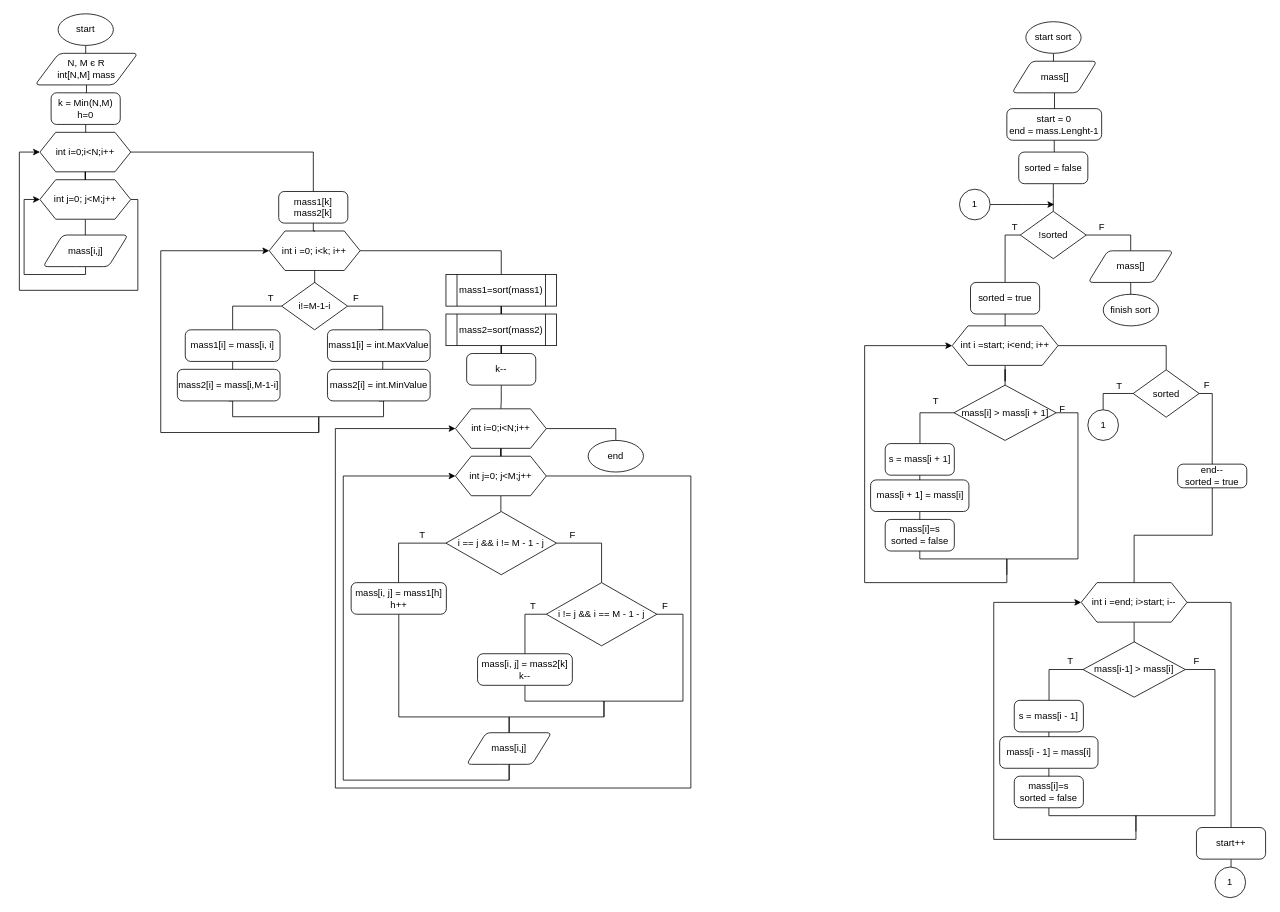
Above: Lab3/Блок-Схема.drawio in allmallino/ads-zavarzin-kp12 (draw.io), before the change. Source tidied: cells renumbered, new cells numbered last; positions are measured from the earlier drawing's top-left corner, leaving out a move shared by most shapes. Both pictures are drawn from the tidied source at 79%, with x=0, y=0 at pixel (19, 13).
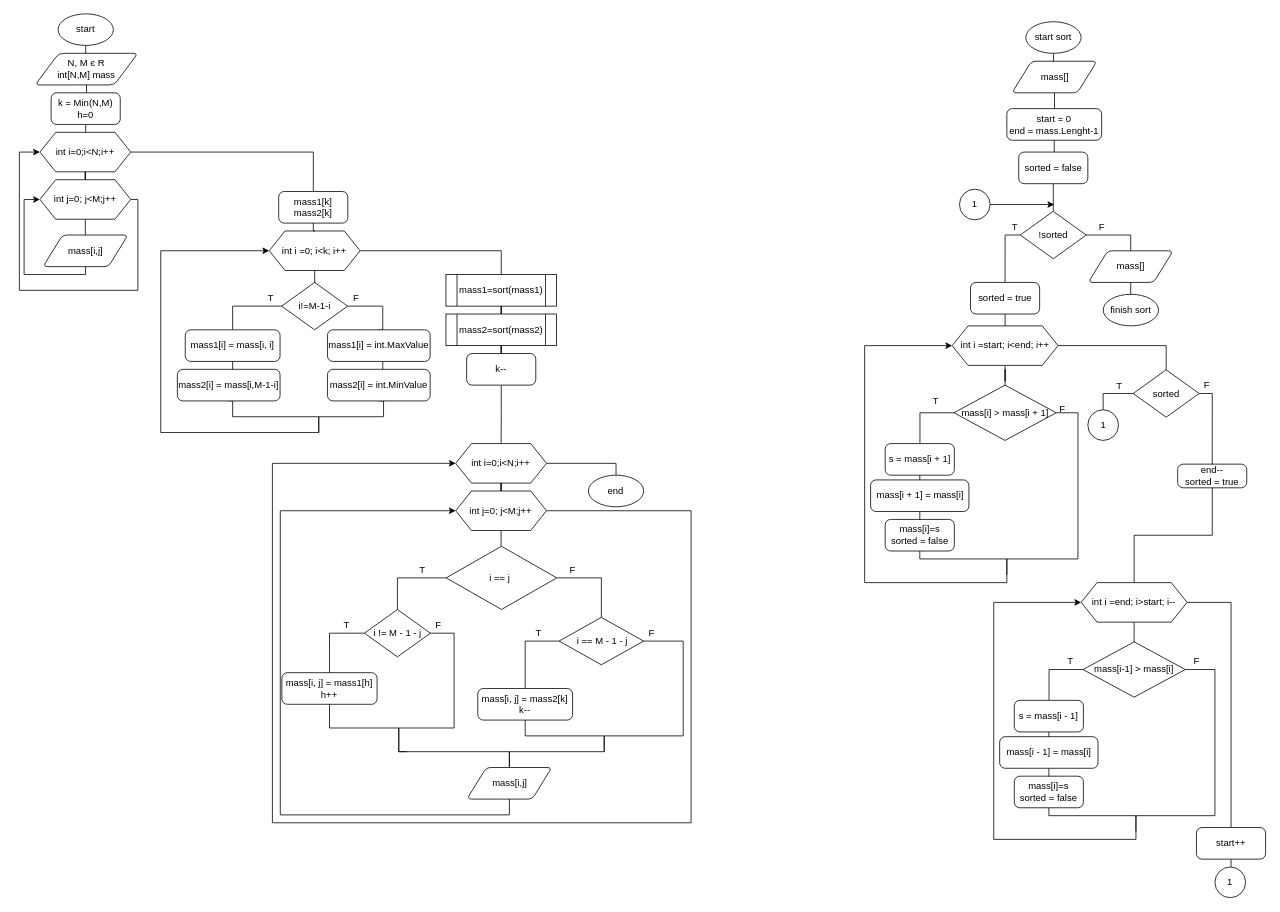
Above is the later version.

Commit message:
Лабораторна робота №3 остаточно завершена

Були змінені деякі помилки в блок-схемі

Diff of the diagram source:
```diff
@@
     <mxCell id="39" style="edgeStyle=orthogonalEdgeStyle;rounded=0;jettySize=auto;html=1;entryX=0.5;entryY=0;entryDx=0;entryDy=0;entryPerimeter=0;endArrow=none;endFill=0;" parent="1" edge="1" source="40" target="60">
       <mxGeometry relative="1" as="geometry">
         <Array as="points">
-          <mxPoint x="755" y="525" />
+          <mxPoint x="755.3" y="569" />
         </Array>
       </mxGeometry>
     </mxCell>
     <mxCell id="40" value="int i=0;i&amp;lt;N;i++" style="shape=hexagon;perimeter=hexagonPerimeter2;whiteSpace=wrap;html=1;fixedSize=1;strokeWidth=1;" parent="1" vertex="1">
-      <mxGeometry x="552" y="500" width="115" height="50" as="geometry" />
+      <mxGeometry x="552.3" y="544" width="115" height="50" as="geometry" />
     </mxCell>
@@
     <mxCell id="42" style="edgeStyle=orthogonalEdgeStyle;rounded=0;jettySize=auto;html=1;entryX=0;entryY=0.5;entryDx=0;entryDy=0;endArrow=classic;endFill=1;" parent="1" edge="1" source="43" target="40">
       <mxGeometry relative="1" as="geometry">
         <Array as="points">
-          <mxPoint x="850" y="585" />
-          <mxPoint x="850" y="980" />
-          <mxPoint x="400" y="980" />
-          <mxPoint x="400" y="525" />
+          <mxPoint x="850.3" y="629" />
+          <mxPoint x="850.3" y="1024" />
+          <mxPoint x="320.3" y="1024" />
+          <mxPoint x="320.3" y="569" />
         </Array>
       </mxGeometry>
     </mxCell>
     <mxCell id="43" value="int j=0; j&amp;lt;M;j++" style="shape=hexagon;perimeter=hexagonPerimeter2;whiteSpace=wrap;html=1;fixedSize=1;strokeWidth=1;" parent="1" vertex="1">
-      <mxGeometry x="552" y="560" width="115" height="50" as="geometry" />
+      <mxGeometry x="552.3" y="604" width="115" height="50" as="geometry" />
     </mxCell>
     <mxCell id="44" style="edgeStyle=orthogonalEdgeStyle;rounded=0;jettySize=auto;html=1;endArrow=none;endFill=0;entryX=0.5;entryY=0;entryDx=0;entryDy=0;entryPerimeter=0;" parent="1" edge="1" source="46" target="49">
       <mxGeometry relative="1" as="geometry">
         <Array as="points">
-          <mxPoint x="737" y="670" />
+          <mxPoint x="737.3" y="714" />
         </Array>
       </mxGeometry>
     </mxCell>
-    <mxCell id="45" style="edgeStyle=orthogonalEdgeStyle;rounded=0;jettySize=auto;html=1;endArrow=none;endFill=0;" parent="1" edge="1" source="46" target="51">
+    <mxCell id="45" style="edgeStyle=orthogonalEdgeStyle;rounded=0;jettySize=auto;html=1;endArrow=none;endFill=0;entryX=0.5;entryY=0;entryDx=0;entryDy=0;entryPerimeter=0;" parent="1" edge="1" source="46" target="124">
       <mxGeometry relative="1" as="geometry">
         <Array as="points">
-          <mxPoint x="480" y="670" />
+          <mxPoint x="478.3" y="714" />
         </Array>
       </mxGeometry>
     </mxCell>
-    <mxCell id="46" value="i == j &amp;amp;&amp;amp; i != M - 1 - j" style="strokeWidth=1;html=1;shape=mxgraph.flowchart.decision;whiteSpace=wrap;" parent="1" vertex="1">
-      <mxGeometry x="540" y="630" width="140" height="80" as="geometry" />
+    <mxCell id="46" value="i == j&amp;nbsp;" style="strokeWidth=1;html=1;shape=mxgraph.flowchart.decision;whiteSpace=wrap;" parent="1" vertex="1">
+      <mxGeometry x="540.3" y="674" width="140" height="80" as="geometry" />
     </mxCell>
-    <mxCell id="47" style="edgeStyle=orthogonalEdgeStyle;rounded=0;jettySize=auto;html=1;endArrow=none;endFill=0;" parent="1" edge="1" source="49" target="53">
+    <mxCell id="47" style="edgeStyle=orthogonalEdgeStyle;rounded=0;jettySize=auto;html=1;endArrow=none;endFill=0;exitX=0;exitY=0.5;exitDx=0;exitDy=0;exitPerimeter=0;" parent="1" edge="1" source="49" target="53">
       <mxGeometry relative="1" as="geometry">
         <Array as="points">
-          <mxPoint x="640" y="760" />
+          <mxPoint x="640.3" y="794" />
         </Array>
       </mxGeometry>
     </mxCell>
-    <mxCell id="48" style="edgeStyle=orthogonalEdgeStyle;rounded=0;jettySize=auto;html=1;endArrow=none;endFill=0;" parent="1" edge="1" source="49">
+    <mxCell id="48" style="edgeStyle=orthogonalEdgeStyle;rounded=0;jettySize=auto;html=1;endArrow=none;endFill=0;startArrow=none;exitX=1;exitY=0.5;exitDx=0;exitDy=0;exitPerimeter=0;" parent="1" edge="1" source="49">
       <mxGeometry relative="1" as="geometry">
-        <mxPoint x="740" y="890" as="targetPoint" />
+        <mxPoint x="740.3" y="934" as="targetPoint" />
         <Array as="points">
-          <mxPoint x="840" y="760" />
-          <mxPoint x="840" y="870" />
-          <mxPoint x="740" y="870" />
+          <mxPoint x="840.3" y="794" />
+          <mxPoint x="840.3" y="914" />
+          <mxPoint x="740.3" y="914" />
         </Array>
       </mxGeometry>
     </mxCell>
-    <mxCell id="49" value="i != j &amp;amp;&amp;amp; i == M - 1 - j" style="strokeWidth=1;html=1;shape=mxgraph.flowchart.decision;whiteSpace=wrap;" parent="1" vertex="1">
-      <mxGeometry x="667" y="720" width="140" height="80" as="geometry" />
+    <mxCell id="49" value="&amp;nbsp;i == M - 1 - j" style="strokeWidth=1;html=1;shape=mxgraph.flowchart.decision;whiteSpace=wrap;" parent="1" vertex="1">
+      <mxGeometry x="683.2" y="764" width="107" height="60" as="geometry" />
     </mxCell>
-    <mxCell id="50" style="edgeStyle=orthogonalEdgeStyle;rounded=0;jettySize=auto;html=1;endArrow=none;endFill=0;" parent="1" edge="1" source="51" target="59">
+    <mxCell id="50" style="edgeStyle=orthogonalEdgeStyle;rounded=0;jettySize=auto;html=1;endArrow=none;endFill=0;entryX=0.5;entryY=0;entryDx=0;entryDy=0;" parent="1" edge="1" source="51" target="59">
       <mxGeometry relative="1" as="geometry">
         <Array as="points">
-          <mxPoint x="480" y="890" />
-          <mxPoint x="620" y="890" />
+          <mxPoint x="392.3" y="904" />
+          <mxPoint x="480.3" y="904" />
+          <mxPoint x="480.3" y="934" />
+          <mxPoint x="620.3" y="934" />
         </Array>
       </mxGeometry>
     </mxCell>
     <mxCell id="51" value="mass[i, j] = mass1[h]&lt;br&gt;h++" style="rounded=1;whiteSpace=wrap;html=1;absoluteArcSize=1;arcSize=14;strokeWidth=1;" parent="1" vertex="1">
-      <mxGeometry x="420" y="720" width="120.5" height="40" as="geometry" />
+      <mxGeometry x="332.3" y="834" width="120.5" height="40" as="geometry" />
     </mxCell>
-    <mxCell id="52" style="edgeStyle=orthogonalEdgeStyle;rounded=0;jettySize=auto;html=1;endArrow=none;endFill=0;" parent="1" edge="1" source="53">
+    <mxCell id="52" style="edgeStyle=orthogonalEdgeStyle;rounded=0;jettySize=auto;html=1;endArrow=classic;endFill=1;entryX=0;entryY=0.5;entryDx=0;entryDy=0;" parent="1" edge="1" source="53" target="43">
       <mxGeometry relative="1" as="geometry">
-        <mxPoint x="620" y="970" as="targetPoint" />
         <Array as="points">
-          <mxPoint x="640" y="870" />
-          <mxPoint x="740" y="870" />
-          <mxPoint x="740" y="890" />
-          <mxPoint x="620" y="890" />
+          <mxPoint x="640.3" y="914" />
+          <mxPoint x="740.3" y="914" />
+          <mxPoint x="740.3" y="934" />
+          <mxPoint x="620.3" y="934" />
+          <mxPoint x="620.3" y="1014" />
+          <mxPoint x="330.3" y="1014" />
+          <mxPoint x="330.3" y="629" />
         </Array>
       </mxGeometry>
     </mxCell>
     <mxCell id="53" value="mass[i, j] = mass2[k]&lt;br&gt;k--" style="rounded=1;whiteSpace=wrap;html=1;absoluteArcSize=1;arcSize=14;strokeWidth=1;" parent="1" vertex="1">
-      <mxGeometry x="580" y="810" width="120" height="40" as="geometry" />
+      <mxGeometry x="580.3" y="854" width="120" height="40" as="geometry" />
     </mxCell>
-    <mxCell id="54" value="F" style="text;html=1;align=center;verticalAlign=middle;strokeColor=none;fillColor=none;" parent="1" vertex="1">
-      <mxGeometry x="807" y="740" width="20" height="20" as="geometry" />
-    </mxCell>
     <mxCell id="55" value="T" style="text;html=1;align=center;verticalAlign=middle;strokeColor=none;fillColor=none;" parent="1" vertex="1">
-      <mxGeometry x="640" y="740" width="20" height="20" as="geometry" />
+      <mxGeometry x="647.3" y="774" width="20" height="20" as="geometry" />
     </mxCell>
     <mxCell id="56" value="T" style="text;html=1;align=center;verticalAlign=middle;strokeColor=none;fillColor=none;" parent="1" vertex="1">
-      <mxGeometry x="500" y="650" width="20" height="20" as="geometry" />
+      <mxGeometry x="500.3" y="694" width="20" height="20" as="geometry" />
     </mxCell>
     <mxCell id="57" value="F" style="text;html=1;align=center;verticalAlign=middle;strokeColor=none;fillColor=none;" parent="1" vertex="1">
-      <mxGeometry x="690" y="650" width="20" height="20" as="geometry" />
+      <mxGeometry x="690.3" y="694" width="20" height="20" as="geometry" />
     </mxCell>
-    <mxCell id="58" style="edgeStyle=orthogonalEdgeStyle;rounded=0;jettySize=auto;html=1;entryX=0;entryY=0.5;entryDx=0;entryDy=0;endArrow=classic;endFill=1;" parent="1" edge="1" source="59" target="43">
-      <mxGeometry relative="1" as="geometry">
-        <Array as="points">
-          <mxPoint x="620" y="970" />
-          <mxPoint x="410" y="970" />
-          <mxPoint x="410" y="585" />
-        </Array>
-      </mxGeometry>
-    </mxCell>
     <mxCell id="59" value="mass[i,j]" style="shape=parallelogram;html=1;strokeWidth=1;perimeter=parallelogramPerimeter;whiteSpace=wrap;rounded=1;arcSize=12;size=0.23;" parent="1" vertex="1">
-      <mxGeometry x="566.2" y="910" width="107.5" height="40" as="geometry" />
+      <mxGeometry x="566.5" y="954" width="107.5" height="40" as="geometry" />
     </mxCell>
     <mxCell id="60" value="end" style="strokeWidth=1;html=1;shape=mxgraph.flowchart.start_1;whiteSpace=wrap;" parent="1" vertex="1">
-      <mxGeometry x="720" y="540" width="70" height="40" as="geometry" />
+      <mxGeometry x="720.3" y="584" width="70" height="40" as="geometry" />
     </mxCell>
@@
+    <mxCell id="122" style="edgeStyle=orthogonalEdgeStyle;rounded=0;jettySize=auto;html=1;entryX=0.5;entryY=0;entryDx=0;entryDy=0;endArrow=none;endFill=0;" parent="1" edge="1" source="124" target="51">
+      <mxGeometry relative="1" as="geometry">
+        <Array as="points">
+          <mxPoint x="392.3" y="784" />
+        </Array>
+      </mxGeometry>
+    </mxCell>
+    <mxCell id="123" style="edgeStyle=orthogonalEdgeStyle;rounded=0;jettySize=auto;html=1;endArrow=none;endFill=0;" parent="1" edge="1" source="124">
+      <mxGeometry relative="1" as="geometry">
+        <mxPoint x="490.3" y="934" as="targetPoint" />
+        <Array as="points">
+          <mxPoint x="550.3" y="784" />
+          <mxPoint x="550.3" y="904" />
+          <mxPoint x="480.3" y="904" />
+          <mxPoint x="480.3" y="934" />
+        </Array>
+      </mxGeometry>
+    </mxCell>
+    <mxCell id="124" value="&lt;span&gt;i != M - 1 - j&lt;/span&gt;" style="strokeWidth=1;html=1;shape=mxgraph.flowchart.decision;whiteSpace=wrap;" parent="1" vertex="1">
+      <mxGeometry x="436.8" y="754" width="83.5" height="60" as="geometry" />
+    </mxCell>
+    <mxCell id="54" value="F" style="text;html=1;align=center;verticalAlign=middle;strokeColor=none;fillColor=none;" parent="1" vertex="1">
+      <mxGeometry x="790.3" y="774" width="20" height="20" as="geometry" />
+    </mxCell>
+    <mxCell id="125" value="T" style="text;html=1;align=center;verticalAlign=middle;strokeColor=none;fillColor=none;" parent="1" vertex="1">
+      <mxGeometry x="404.3" y="764" width="20" height="20" as="geometry" />
+    </mxCell>
+    <mxCell id="126" value="F" style="text;html=1;align=center;verticalAlign=middle;strokeColor=none;fillColor=none;" parent="1" vertex="1">
+      <mxGeometry x="520.3" y="764" width="20" height="20" as="geometry" />
+    </mxCell>
```
